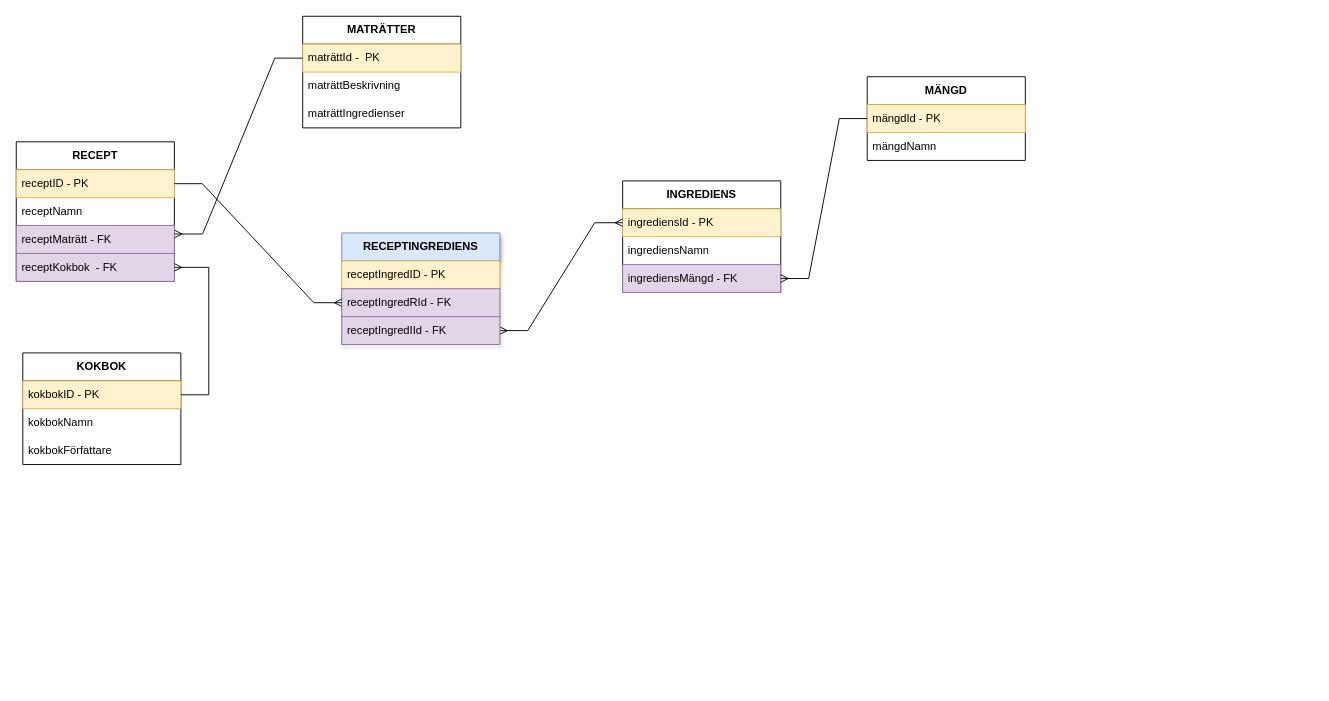
This is ER-LABB1.drawio from schwampus/SQL-Labb1, a draw.io file, before an edit. Source tidied: cells renumbered, new cells numbered last; positions are measured from the earlier drawing's top-left corner, leaving out a move shared by most shapes. Both pictures are drawn from the tidied source at 93%, with x=0, y=0 at pixel (16, 16).
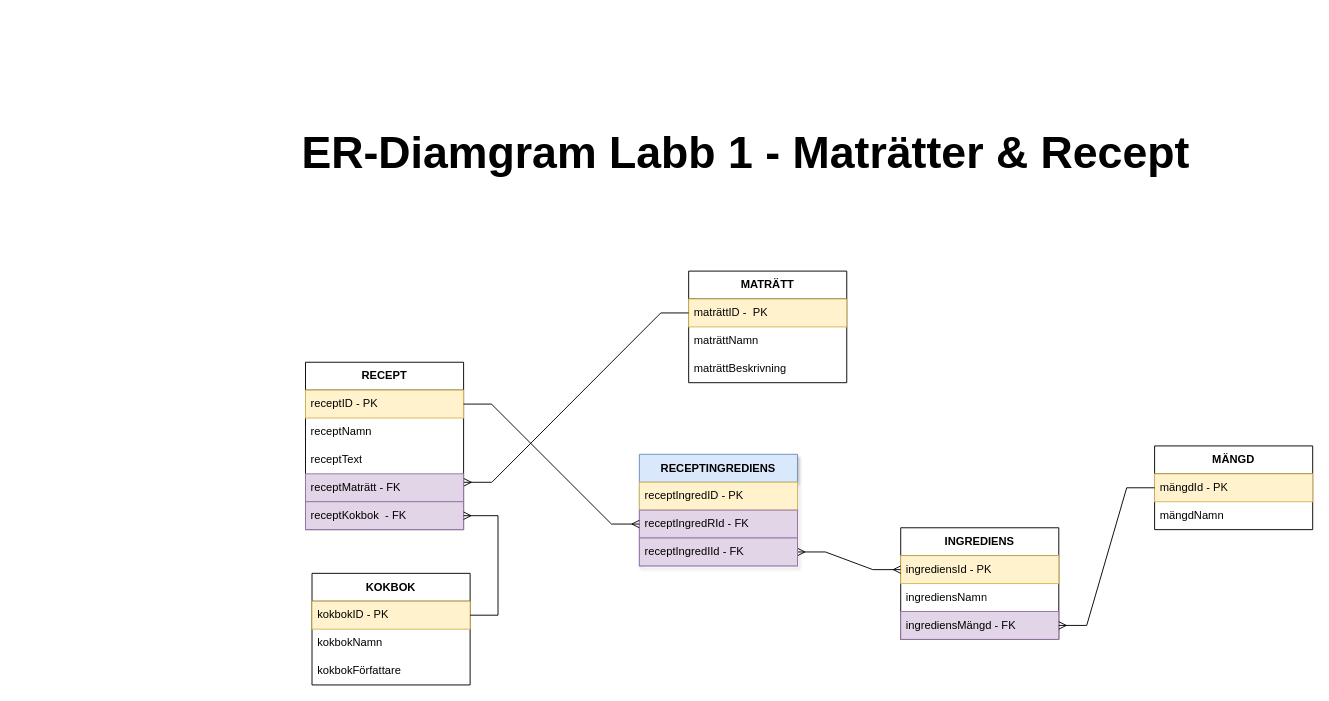
The same page after the edit.

Unchanged cells that the change refers to:
```xml
<mxCell id="9" value="ingrediensMängd - FK" style="text;strokeColor=#9673a6;fillColor=#e1d5e7;align=left;verticalAlign=middle;spacingLeft=4;spacingRight=4;overflow=hidden;points=[[0,0.5],[1,0.5]];portConstraint=eastwest;whiteSpace=wrap;html=1;" parent="6" vertex="1">
  <mxGeometry y="90" width="170" height="30" as="geometry" />
</mxCell>
<mxCell id="11" value="mängdId - PK" style="text;strokeColor=#d6b656;fillColor=#fff2cc;align=left;verticalAlign=middle;spacingLeft=4;spacingRight=4;overflow=hidden;points=[[0,0.5],[1,0.5]];portConstraint=eastwest;whiteSpace=wrap;html=1;" parent="10" vertex="1">
  <mxGeometry y="30" width="170" height="30" as="geometry" />
</mxCell>
<mxCell id="14" value="receptID - PK" style="text;strokeColor=#d6b656;fillColor=#fff2cc;align=left;verticalAlign=middle;spacingLeft=4;spacingRight=4;overflow=hidden;points=[[0,0.5],[1,0.5]];portConstraint=eastwest;whiteSpace=wrap;html=1;" parent="13" vertex="1">
  <mxGeometry y="30" width="170" height="30" as="geometry" />
</mxCell>
<mxCell id="27" value="receptIngredRId - FK" style="text;strokeColor=#9673a6;fillColor=#e1d5e7;align=left;verticalAlign=middle;spacingLeft=4;spacingRight=4;overflow=hidden;points=[[0,0.5],[1,0.5]];portConstraint=eastwest;whiteSpace=wrap;html=1;" parent="25" vertex="1">
  <mxGeometry y="60" width="170" height="30" as="geometry" />
</mxCell>
```

The edit, as a diff of the source:
```diff
@@
-    <mxCell id="2" value="MATRÄTTER" style="swimlane;fontStyle=1;horizontal=1;startSize=30;whiteSpace=wrap;html=1;" parent="1" vertex="1">
-      <mxGeometry x="308" width="170" height="120" as="geometry" />
+    <mxCell id="2" value="MATRÄTT" style="swimlane;fontStyle=1;horizontal=1;startSize=30;whiteSpace=wrap;html=1;" parent="1" vertex="1">
+      <mxGeometry x="723" y="274" width="170" height="120" as="geometry" />
     </mxCell>
-    <mxCell id="3" value="maträttId -&amp;nbsp; PK" style="text;strokeColor=#d6b656;fillColor=#fff2cc;align=left;verticalAlign=middle;spacingLeft=4;spacingRight=4;overflow=hidden;points=[[0,0.5],[1,0.5]];portConstraint=eastwest;whiteSpace=wrap;html=1;" parent="2" vertex="1">
+    <mxCell id="3" value="maträttID -&amp;nbsp; PK" style="text;strokeColor=#d6b656;fillColor=#fff2cc;align=left;verticalAlign=middle;spacingLeft=4;spacingRight=4;overflow=hidden;points=[[0,0.5],[1,0.5]];portConstraint=eastwest;whiteSpace=wrap;html=1;" parent="2" vertex="1">
       <mxGeometry y="30" width="170" height="30" as="geometry" />
     </mxCell>
+    <mxCell id="31" value="&lt;div&gt;maträttNamn&lt;/div&gt;" style="text;strokeColor=none;fillColor=none;align=left;verticalAlign=middle;spacingLeft=4;spacingRight=4;overflow=hidden;whiteSpace=wrap;html=1;" parent="2" vertex="1">
+      <mxGeometry y="60" width="170" height="30" as="geometry" />
+    </mxCell>
     <mxCell id="4" value="maträttBeskrivning" style="text;strokeColor=none;fillColor=none;align=left;verticalAlign=middle;spacingLeft=4;spacingRight=4;overflow=hidden;whiteSpace=wrap;html=1;" parent="2" vertex="1">
-      <mxGeometry y="60" width="170" height="30" as="geometry" />
+      <mxGeometry y="90" width="170" height="30" as="geometry" />
     </mxCell>
-    <mxCell id="5" value="maträttIngredienser" style="text;strokeColor=none;fillColor=none;align=left;verticalAlign=middle;spacingLeft=4;spacingRight=4;overflow=hidden;whiteSpace=wrap;html=1;" parent="2" vertex="1">
-      <mxGeometry y="90" width="170" height="30" as="geometry" />
-    </mxCell>
     <mxCell id="6" value="INGREDIENS" style="swimlane;fontStyle=1;horizontal=1;startSize=30;whiteSpace=wrap;html=1;" parent="1" vertex="1">
-      <mxGeometry x="652" y="177" width="170" height="120" as="geometry" />
+      <mxGeometry x="951" y="550" width="170" height="120" as="geometry" />
     </mxCell>
@@
     <mxCell id="10" value="MÄNGD" style="swimlane;fontStyle=1;horizontal=1;startSize=30;whiteSpace=wrap;html=1;" parent="1" vertex="1">
-      <mxGeometry x="915" y="65" width="170" height="90" as="geometry" />
+      <mxGeometry x="1224" y="462" width="170" height="90" as="geometry" />
     </mxCell>
@@
     <mxCell id="13" value="RECEPT" style="swimlane;fontStyle=1;horizontal=1;startSize=30;whiteSpace=wrap;html=1;" parent="1" vertex="1">
-      <mxGeometry y="135" width="170" height="150" as="geometry" />
+      <mxGeometry x="311" y="372" width="170" height="180" as="geometry" />
     </mxCell>
@@
+    <mxCell id="32" value="receptText" style="text;strokeColor=none;fillColor=none;align=left;verticalAlign=middle;spacingLeft=4;spacingRight=4;overflow=hidden;whiteSpace=wrap;html=1;" parent="13" vertex="1">
+      <mxGeometry y="90" width="170" height="30" as="geometry" />
+    </mxCell>
     <mxCell id="16" value="receptMaträtt - FK" style="text;strokeColor=#9673a6;fillColor=#e1d5e7;align=left;verticalAlign=middle;spacingLeft=4;spacingRight=4;overflow=hidden;points=[[0,0.5],[1,0.5]];portConstraint=eastwest;whiteSpace=wrap;html=1;" parent="13" vertex="1">
-      <mxGeometry y="90" width="170" height="30" as="geometry" />
+      <mxGeometry y="120" width="170" height="30" as="geometry" />
     </mxCell>
     <mxCell id="17" value="receptKokbok&amp;nbsp; - FK" style="text;strokeColor=#9673a6;fillColor=#e1d5e7;align=left;verticalAlign=middle;spacingLeft=4;spacingRight=4;overflow=hidden;points=[[0,0.5],[1,0.5]];portConstraint=eastwest;whiteSpace=wrap;html=1;" parent="13" vertex="1">
-      <mxGeometry y="120" width="170" height="30" as="geometry" />
+      <mxGeometry y="150" width="170" height="30" as="geometry" />
     </mxCell>
     <mxCell id="18" value="KOKBOK" style="swimlane;fontStyle=1;horizontal=1;startSize=30;whiteSpace=wrap;html=1;" parent="1" vertex="1">
-      <mxGeometry x="7" y="362" width="170" height="120" as="geometry" />
+      <mxGeometry x="318" y="599" width="170" height="120" as="geometry" />
     </mxCell>
@@
     <mxCell id="24" style="edgeStyle=entityRelationEdgeStyle;fontSize=12;html=1;endArrow=ERmany;rounded=0;entryX=1;entryY=0.5;entryDx=0;entryDy=0;exitX=0;exitY=0.5;exitDx=0;exitDy=0;" parent="1" edge="1" source="11" target="9">
       <mxGeometry relative="1" as="geometry">
         <Array as="points">
-          <mxPoint x="872" y="103" />
-          <mxPoint x="811" y="211" />
+          <mxPoint x="1192" y="479" />
+          <mxPoint x="1131" y="587" />
         </Array>
       </mxGeometry>
     </mxCell>
     <mxCell id="25" value="RECEPTINGREDIENS" style="swimlane;fontStyle=1;horizontal=1;startSize=30;whiteSpace=wrap;html=1;rounded=0;fillColor=#dae8fc;strokeColor=#6c8ebf;shadow=1;glass=0;" parent="1" vertex="1">
-      <mxGeometry x="350" y="233" width="170" height="120" as="geometry" />
+      <mxGeometry x="670" y="471" width="170" height="120" as="geometry" />
     </mxCell>
@@
     <mxCell id="30" style="edgeStyle=entityRelationEdgeStyle;fontSize=12;html=1;endArrow=ERmany;rounded=0;entryX=0;entryY=0.5;entryDx=0;entryDy=0;" parent="1" edge="1" source="14" target="27">
       <mxGeometry relative="1" as="geometry">
         <Array as="points">
-          <mxPoint x="344" y="346" />
+          <mxPoint x="655" y="583" />
         </Array>
       </mxGeometry>
     </mxCell>
+    <mxCell id="33" value="&lt;h1&gt;&lt;font&gt;ER-Diamgram Labb 1 - Maträtter &amp;amp; Recept&lt;/font&gt;&lt;/h1&gt;" style="text;strokeColor=none;fillColor=none;html=1;fontSize=24;fontStyle=1;verticalAlign=middle;align=center;" parent="1" vertex="1">
+      <mxGeometry x="734" y="127" width="100" height="40" as="geometry" />
+    </mxCell>
```
